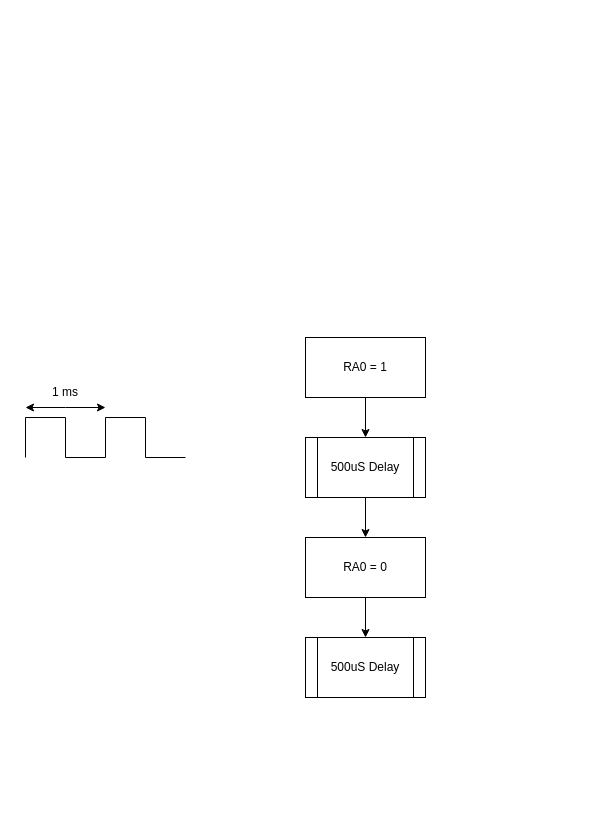
The draw.io diagram LAB7/LAB7.drawio in Cannon7206/CPEG228, before the edit. Source tidied: cells renumbered, new cells numbered last; positions are measured from the earlier drawing's top-left corner, leaving out a move shared by most shapes. Both pictures are drawn from the tidied source at 100%, with x=0, y=0 at pixel (25, 337).
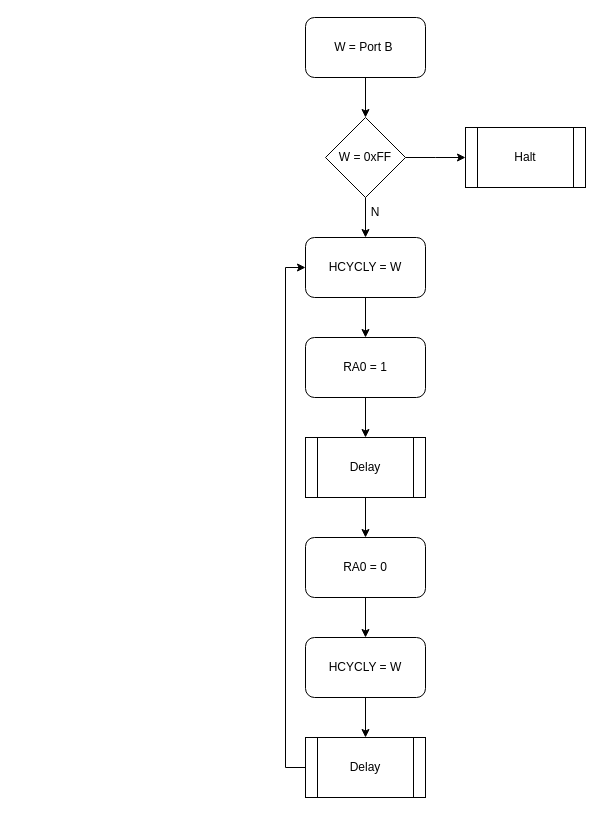
Above is the later version.

The edit, as a diff of the source:
```diff
@@
-    <mxCell id="2" style="endArrow=none;html=1;rounded=0;" parent="1" edge="1">
-      <mxGeometry relative="1" as="geometry">
-        <mxPoint y="120" as="sourcePoint" />
-        <mxPoint x="160" y="120" as="targetPoint" />
-        <Array as="points">
-          <mxPoint y="80" />
-          <mxPoint x="40" y="80" />
-          <mxPoint x="40" y="120" />
-          <mxPoint x="80" y="120" />
-          <mxPoint x="80" y="80" />
-          <mxPoint x="120" y="80" />
-          <mxPoint x="120" y="120" />
-        </Array>
-      </mxGeometry>
-    </mxCell>
-    <mxCell id="3" style="endArrow=classic;startArrow=classic;html=1;rounded=0;" parent="1" edge="1">
-      <mxGeometry relative="1" as="geometry">
-        <mxPoint y="70" as="sourcePoint" />
-        <mxPoint x="80" y="70" as="targetPoint" />
-        <Array as="points">
-          <mxPoint x="40" y="70" />
-        </Array>
-      </mxGeometry>
-    </mxCell>
-    <mxCell id="4" value="1 ms" style="text;html=1;whiteSpace=wrap;strokeColor=none;fillColor=none;align=center;verticalAlign=middle;rounded=0;" parent="1" vertex="1">
-      <mxGeometry x="10" y="40" width="60" height="30" as="geometry" />
-    </mxCell>
-    <mxCell id="5" style="edgeStyle=orthogonalEdgeStyle;rounded=0;jettySize=auto;html=1;exitX=0.5;exitY=1;exitDx=0;exitDy=0;entryX=0.5;entryY=0;entryDx=0;entryDy=0;" parent="1" edge="1" source="6" target="8">
-      <mxGeometry relative="1" as="geometry" />
-    </mxCell>
+    <mxCell id="12" style="edgeStyle=orthogonalEdgeStyle;rounded=0;jettySize=auto;html=1;exitX=0.5;exitY=1;exitDx=0;exitDy=0;entryX=0.5;entryY=0;entryDx=0;entryDy=0;" parent="1" edge="1" source="13" target="16">
+      <mxGeometry relative="1" as="geometry" />
+    </mxCell>
+    <mxCell id="13" value="W = Port B&amp;nbsp;" style="rounded=1;whiteSpace=wrap;html=1;" parent="1" vertex="1">
+      <mxGeometry x="280" y="-320" width="120" height="60" as="geometry" />
+    </mxCell>
+    <mxCell id="14" style="edgeStyle=orthogonalEdgeStyle;rounded=0;jettySize=auto;html=1;exitX=0.5;exitY=1;exitDx=0;exitDy=0;entryX=0.5;entryY=0;entryDx=0;entryDy=0;" parent="1" edge="1" source="16" target="18">
+      <mxGeometry relative="1" as="geometry" />
+    </mxCell>
+    <mxCell id="15" style="edgeStyle=orthogonalEdgeStyle;rounded=0;jettySize=auto;html=1;exitX=1;exitY=0.5;exitDx=0;exitDy=0;entryX=0;entryY=0.5;entryDx=0;entryDy=0;" parent="1" edge="1" source="16">
+      <mxGeometry relative="1" as="geometry">
+        <mxPoint x="440" y="-180" as="targetPoint" />
+      </mxGeometry>
+    </mxCell>
+    <mxCell id="16" value="W = 0xFF" style="rhombus;whiteSpace=wrap;html=1;" parent="1" vertex="1">
+      <mxGeometry x="300" y="-220" width="80" height="80" as="geometry" />
+    </mxCell>
+    <mxCell id="17" style="edgeStyle=orthogonalEdgeStyle;rounded=0;jettySize=auto;html=1;exitX=0.5;exitY=1;exitDx=0;exitDy=0;entryX=0.5;entryY=0;entryDx=0;entryDy=0;" parent="1" edge="1" source="18" target="6">
+      <mxGeometry relative="1" as="geometry" />
+    </mxCell>
+    <mxCell id="18" value="HCYCLY = W" style="rounded=1;whiteSpace=wrap;html=1;" parent="1" vertex="1">
+      <mxGeometry x="280" y="-100" width="120" height="60" as="geometry" />
+    </mxCell>
+    <mxCell id="19" value="N" style="text;html=1;whiteSpace=wrap;strokeColor=none;fillColor=none;align=center;verticalAlign=middle;rounded=0;" parent="1" vertex="1">
+      <mxGeometry x="320" y="-140" width="60" height="30" as="geometry" />
+    </mxCell>
+    <mxCell id="20" value="Halt" style="shape=process;whiteSpace=wrap;html=1;backgroundOutline=1;" parent="1" vertex="1">
+      <mxGeometry x="440" y="-210" width="120" height="60" as="geometry" />
+    </mxCell>
+    <mxCell id="21" style="edgeStyle=orthogonalEdgeStyle;rounded=0;jettySize=auto;html=1;exitX=0.5;exitY=1;exitDx=0;exitDy=0;entryX=0.5;entryY=0;entryDx=0;entryDy=0;" parent="1" edge="1" source="6" target="24">
+      <mxGeometry relative="1" as="geometry" />
+    </mxCell>
-    <mxCell id="6" value="RA0 = 1" style="rounded=0;whiteSpace=wrap;html=1;" parent="1" vertex="1">
+    <mxCell id="6" value="RA0 = 1" style="rounded=1;whiteSpace=wrap;html=1;" parent="1" vertex="1">
       <mxGeometry x="280" width="120" height="60" as="geometry" />
     </mxCell>
-    <mxCell id="7" style="edgeStyle=orthogonalEdgeStyle;rounded=0;jettySize=auto;html=1;exitX=0.5;exitY=1;exitDx=0;exitDy=0;entryX=0.5;entryY=0;entryDx=0;entryDy=0;" parent="1" edge="1" source="8" target="10">
-      <mxGeometry relative="1" as="geometry" />
-    </mxCell>
-    <mxCell id="8" value="500uS Delay" style="shape=process;whiteSpace=wrap;html=1;backgroundOutline=1;" parent="1" vertex="1">
-      <mxGeometry x="280" y="100" width="120" height="60" as="geometry" />
-    </mxCell>
-    <mxCell id="9" style="edgeStyle=orthogonalEdgeStyle;rounded=0;jettySize=auto;html=1;exitX=0.5;exitY=1;exitDx=0;exitDy=0;entryX=0.5;entryY=0;entryDx=0;entryDy=0;" parent="1" edge="1" source="10" target="11">
-      <mxGeometry relative="1" as="geometry" />
-    </mxCell>
+    <mxCell id="22" style="edgeStyle=orthogonalEdgeStyle;rounded=0;jettySize=auto;html=1;exitX=0.5;exitY=1;exitDx=0;exitDy=0;entryX=0.5;entryY=0;entryDx=0;entryDy=0;" parent="1" edge="1" source="10" target="28">
+      <mxGeometry relative="1" as="geometry" />
+    </mxCell>
-    <mxCell id="10" value="RA0 = 0" style="rounded=0;whiteSpace=wrap;html=1;" parent="1" vertex="1">
+    <mxCell id="10" value="RA0 = 0" style="rounded=1;whiteSpace=wrap;html=1;" parent="1" vertex="1">
       <mxGeometry x="280" y="200" width="120" height="60" as="geometry" />
     </mxCell>
-    <mxCell id="11" value="500uS Delay" style="shape=process;whiteSpace=wrap;html=1;backgroundOutline=1;" parent="1" vertex="1">
-      <mxGeometry x="280" y="300" width="120" height="60" as="geometry" />
-    </mxCell>
+    <mxCell id="23" style="edgeStyle=orthogonalEdgeStyle;rounded=0;jettySize=auto;html=1;exitX=0.5;exitY=1;exitDx=0;exitDy=0;entryX=0.5;entryY=0;entryDx=0;entryDy=0;" parent="1" edge="1" source="24" target="10">
+      <mxGeometry relative="1" as="geometry" />
+    </mxCell>
+    <mxCell id="24" value="Delay" style="shape=process;whiteSpace=wrap;html=1;backgroundOutline=1;" parent="1" vertex="1">
+      <mxGeometry x="280" y="100" width="120" height="60" as="geometry" />
+    </mxCell>
+    <mxCell id="25" style="edgeStyle=orthogonalEdgeStyle;rounded=0;jettySize=auto;html=1;exitX=0;exitY=0.5;exitDx=0;exitDy=0;entryX=0;entryY=0.5;entryDx=0;entryDy=0;" parent="1" edge="1" source="26" target="18">
+      <mxGeometry relative="1" as="geometry" />
+    </mxCell>
+    <mxCell id="26" value="Delay" style="shape=process;whiteSpace=wrap;html=1;backgroundOutline=1;" parent="1" vertex="1">
+      <mxGeometry x="280" y="400" width="120" height="60" as="geometry" />
+    </mxCell>
+    <mxCell id="27" style="edgeStyle=orthogonalEdgeStyle;rounded=0;jettySize=auto;html=1;exitX=0.5;exitY=1;exitDx=0;exitDy=0;entryX=0.5;entryY=0;entryDx=0;entryDy=0;" parent="1" edge="1" source="28" target="26">
+      <mxGeometry relative="1" as="geometry" />
+    </mxCell>
+    <mxCell id="28" value="HCYCLY = W" style="rounded=1;whiteSpace=wrap;html=1;" parent="1" vertex="1">
+      <mxGeometry x="280" y="300" width="120" height="60" as="geometry" />
+    </mxCell>
```
